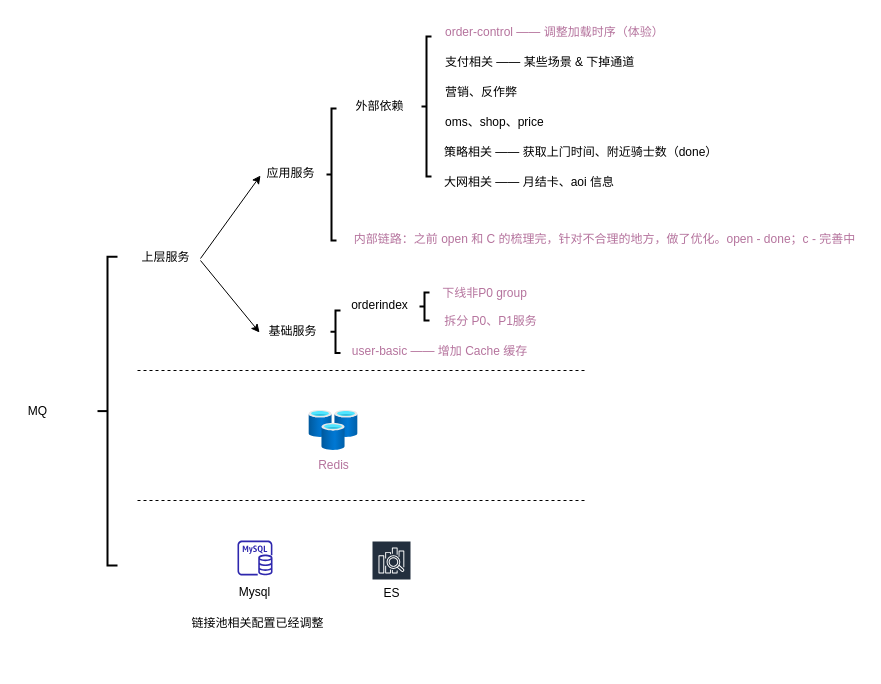
Earlier version of the draw.io diagram 服务整体梳理.drawio (jsdchenye/2017-). Source tidied: cells renumbered, new cells numbered last; positions are measured from the earlier drawing's top-left corner, leaving out a move shared by most shapes. Both pictures are drawn from the tidied source at 100%, with x=0, y=0 at pixel (17, 17).
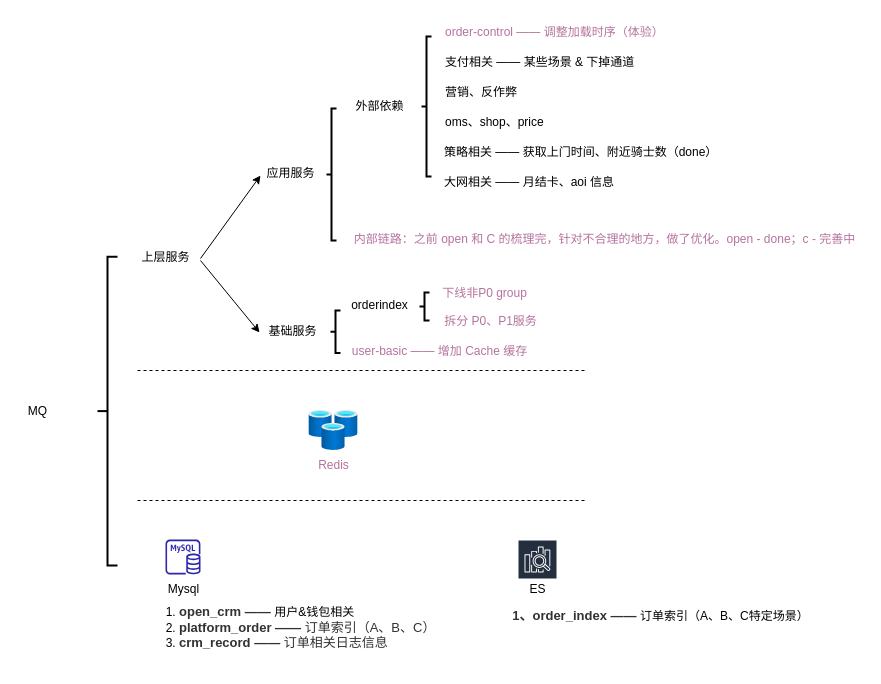
The same page after the edit.

Commit message:
更新服务整体梳理.drawio

Change to the diagram source:
```diff
@@
     <mxCell id="3" style="sketch=0;fontColor=#232F3E;gradientColor=none;fillColor=#2E27AD;strokeColor=none;dashed=0;verticalLabelPosition=bottom;verticalAlign=top;align=center;html=1;fontSize=12;fontStyle=0;shape=mxgraph.aws4.rds_mysql_instance;" parent="1" vertex="1">
-      <mxGeometry x="220" y="523" width="35" height="35" as="geometry" />
+      <mxGeometry x="148" y="522" width="35" height="35" as="geometry" />
     </mxCell>
     <mxCell id="4" style="sketch=0;fontColor=#232F3E;gradientColor=none;strokeColor=#ffffff;fillColor=#232F3E;dashed=0;verticalLabelPosition=middle;verticalAlign=bottom;align=center;html=1;whiteSpace=wrap;fontSize=10;fontStyle=1;spacing=3;shape=mxgraph.aws4.productIcon;prIcon=mxgraph.aws4.elasticsearch_service;" parent="1" vertex="1">
-      <mxGeometry x="354" y="523" width="40" height="45" as="geometry" />
+      <mxGeometry x="500" y="522" width="40" height="45" as="geometry" />
     </mxCell>
@@
     <mxCell id="15" value="ES" style="text;html=1;align=center;verticalAlign=middle;strokeColor=none;fillColor=none;" parent="1" vertex="1">
-      <mxGeometry x="354" y="561" width="40" height="30" as="geometry" />
+      <mxGeometry x="500" y="557" width="40" height="30" as="geometry" />
     </mxCell>
     <mxCell id="16" value="Mysql" style="text;html=1;align=center;verticalAlign=middle;strokeColor=none;fillColor=none;" parent="1" vertex="1">
-      <mxGeometry x="212" y="560" width="50" height="30" as="geometry" />
+      <mxGeometry x="140.5" y="557" width="50" height="30" as="geometry" />
     </mxCell>
@@
-    <mxCell id="30" value="链接池相关配置已经调整" style="text;html=1;align=center;verticalAlign=middle;strokeColor=none;fillColor=none;" parent="1" vertex="1">
-      <mxGeometry x="160" y="591" width="160" height="30" as="geometry" />
-    </mxCell>
@@
+    <mxCell id="34" value="&lt;ol&gt;&lt;li&gt;&lt;b style=&quot;color: rgb(50, 50, 50); font-family: 微软雅黑; font-size: 13px; background-color: rgba(255, 255, 255, 0.01);&quot;&gt;open_crm ——&amp;nbsp;&lt;/b&gt;用户&amp;amp;钱包相关&lt;br&gt;&lt;/li&gt;&lt;li&gt;&lt;div style=&quot;resize: none; outline: none; font-size: 13px; color: rgb(50, 50, 50); font-family: 微软雅黑;&quot;&gt;&lt;b style=&quot;background-color: initial;&quot;&gt;platform_order ——&amp;nbsp;&lt;/b&gt;订单索引（A、B、C）&lt;br&gt;&lt;/div&gt;&lt;/li&gt;&lt;li&gt;&lt;div style=&quot;resize: none; outline: none; font-size: 13px; color: rgb(50, 50, 50); font-family: 微软雅黑;&quot;&gt;&lt;b style=&quot;text-align: center; background-color: rgba(255, 255, 255, 0.01);&quot;&gt;crm_record ——&amp;nbsp;&lt;/b&gt;订单相关日志信息&lt;br&gt;&lt;/div&gt;&lt;/li&gt;&lt;/ol&gt;" style="text;html=1;align=left;verticalAlign=middle;strokeColor=none;fillColor=none;" parent="1" vertex="1">
+      <mxGeometry x="120" y="570" width="320" height="80" as="geometry" />
+    </mxCell>
+    <mxCell id="35" value="&lt;b style=&quot;color: rgb(50, 50, 50); font-family: 微软雅黑; font-size: 13px;&quot;&gt;1、order_index ——&amp;nbsp;&lt;/b&gt;订单索引（A、B、C特定场景）" style="text;html=1;align=center;verticalAlign=middle;strokeColor=none;fillColor=none;" parent="1" vertex="1">
+      <mxGeometry x="483" y="583" width="320" height="30" as="geometry" />
+    </mxCell>
```
